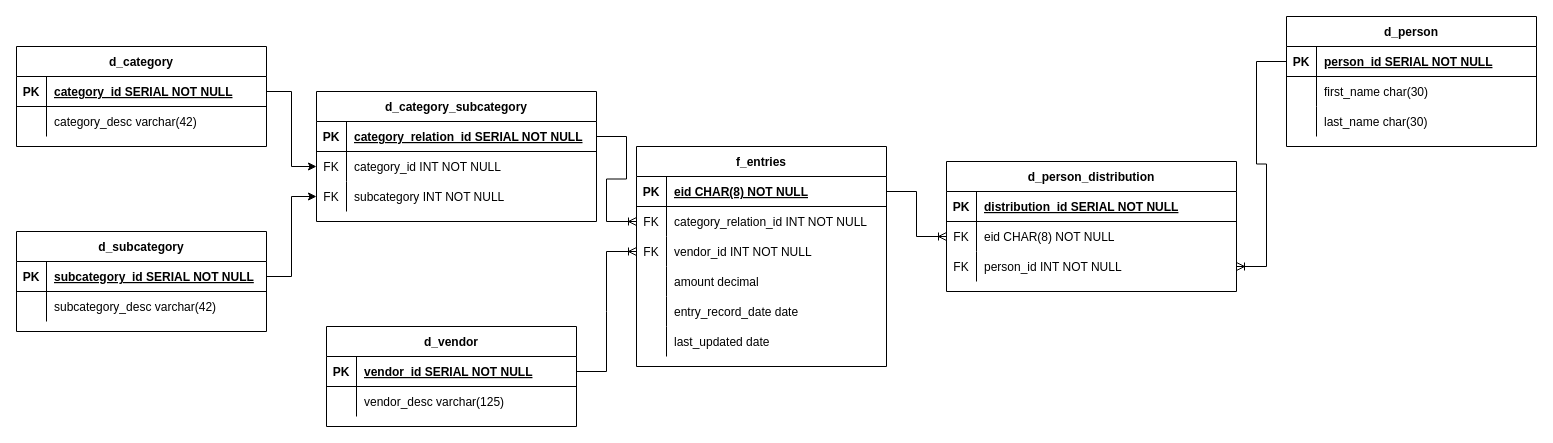
Earlier version of the draw.io diagram diagram/finance_star_schema.drawio (fatteryacid/penny). Source tidied: cells renumbered, new cells numbered last; positions are measured from the earlier drawing's top-left corner, leaving out a move shared by most shapes. Both pictures are drawn from the tidied source at 100%, with x=0, y=0 at pixel (16, 16).
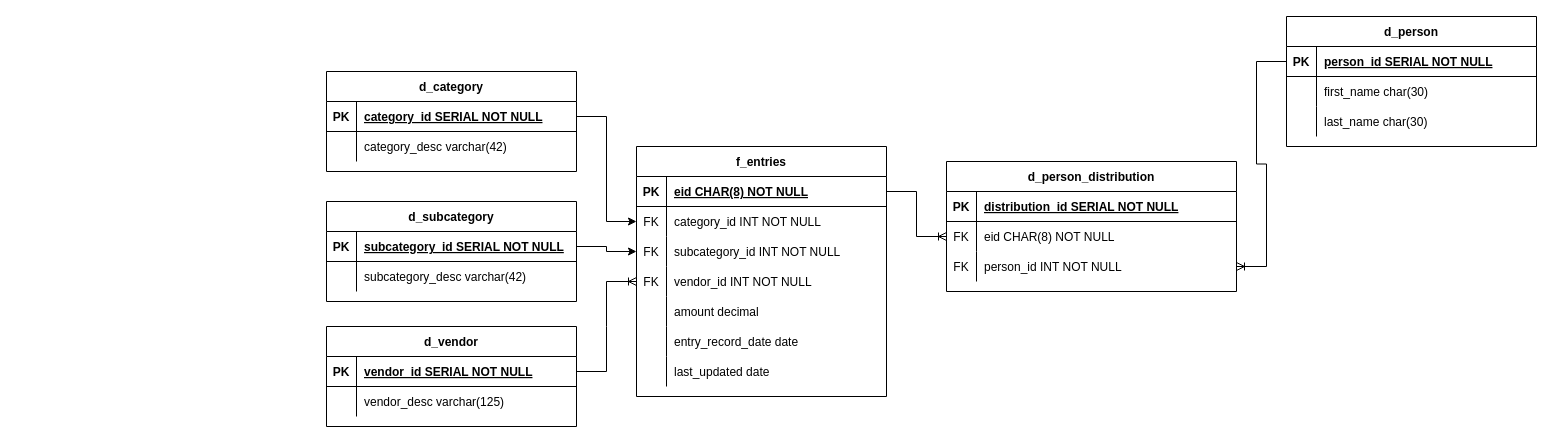
After the change.

Commit message:
Revised relationship between entries and category and subcategory

Unchanged cells that the change refers to:
```xml
<mxCell id="13" style="shape=partialRectangle;fillColor=none;points=[[0,0.5],[1,0.5]];portConstraint=eastwest;top=0;left=0;right=0;bottom=1;" parent="12" vertex="1">
  <mxGeometry y="30" width="250" height="30" as="geometry" />
</mxCell>
<mxCell id="23" style="shape=partialRectangle;fillColor=none;points=[[0,0.5],[1,0.5]];portConstraint=eastwest;top=0;left=0;right=0;bottom=0;" parent="19" vertex="1">
  <mxGeometry y="60" width="250" height="30" as="geometry" />
</mxCell>
<mxCell id="39" style="shape=partialRectangle;fillColor=none;points=[[0,0.5],[1,0.5]];portConstraint=eastwest;top=0;left=0;right=0;bottom=1;" parent="38" vertex="1">
  <mxGeometry y="30" width="250" height="30" as="geometry" />
</mxCell>
```

Diff of the diagram source:
```diff
@@
     <mxCell id="12" value="d_category" style="shape=table;startSize=30;childLayout=tableLayout;rowLines=0;fontStyle=1;align=center;" parent="1" vertex="1">
-      <mxGeometry y="30" width="250" height="100" as="geometry" />
+      <mxGeometry x="310" y="55" width="250" height="100" as="geometry" />
     </mxCell>
@@
     <mxCell id="19" value="f_entries" style="shape=table;startSize=30;childLayout=tableLayout;rowLines=0;fontStyle=1;align=center;" parent="1" vertex="1">
-      <mxGeometry x="620" y="130" width="250" height="220" as="geometry" />
+      <mxGeometry x="620" y="130" width="250" height="250" as="geometry" />
     </mxCell>
@@
-    <mxCell id="25" value="category_relation_id INT NOT NULL" style="shape=partialRectangle;overflow=hidden;fillColor=none;top=0;left=0;bottom=0;right=0;align=left;spacingLeft=6;" parent="23" vertex="1">
+    <mxCell id="25" value="category_id INT NOT NULL" style="shape=partialRectangle;overflow=hidden;fillColor=none;top=0;left=0;bottom=0;right=0;align=left;spacingLeft=6;" parent="23" vertex="1">
       <mxGeometry x="30" width="220" height="30" as="geometry" />
     </mxCell>
+    <mxCell id="78" style="shape=partialRectangle;fillColor=none;points=[[0,0.5],[1,0.5]];portConstraint=eastwest;top=0;left=0;right=0;bottom=0;" parent="19" vertex="1">
+      <mxGeometry y="90" width="250" height="30" as="geometry" />
+    </mxCell>
+    <mxCell id="79" value="FK" style="shape=partialRectangle;overflow=hidden;fillColor=none;top=0;left=0;bottom=0;right=0;" parent="78" vertex="1">
+      <mxGeometry width="30" height="30" as="geometry" />
+    </mxCell>
+    <mxCell id="80" value="subcategory_id INT NOT NULL" style="shape=partialRectangle;overflow=hidden;fillColor=none;top=0;left=0;bottom=0;right=0;align=left;spacingLeft=6;" parent="78" vertex="1">
+      <mxGeometry x="30" width="220" height="30" as="geometry" />
+    </mxCell>
     <mxCell id="26" style="shape=partialRectangle;fillColor=none;points=[[0,0.5],[1,0.5]];portConstraint=eastwest;top=0;left=0;right=0;bottom=0;" parent="19" vertex="1">
-      <mxGeometry y="90" width="250" height="30" as="geometry" />
+      <mxGeometry y="120" width="250" height="30" as="geometry" />
     </mxCell>
@@
     <mxCell id="29" style="shape=partialRectangle;fillColor=none;top=0;left=0;right=0;bottom=0;" parent="19" vertex="1">
-      <mxGeometry y="120" width="250" height="30" as="geometry" />
+      <mxGeometry y="150" width="250" height="30" as="geometry" />
     </mxCell>
@@
     <mxCell id="32" style="shape=partialRectangle;fillColor=none;top=0;left=0;right=0;bottom=0;" parent="19" vertex="1">
-      <mxGeometry y="150" width="250" height="30" as="geometry" />
+      <mxGeometry y="180" width="250" height="30" as="geometry" />
     </mxCell>
@@
     <mxCell id="35" style="shape=partialRectangle;fillColor=none;top=0;left=0;right=0;bottom=0;" parent="19" vertex="1">
-      <mxGeometry y="180" width="250" height="30" as="geometry" />
+      <mxGeometry y="210" width="250" height="30" as="geometry" />
     </mxCell>
@@
     <mxCell id="38" value="d_subcategory" style="shape=table;startSize=30;childLayout=tableLayout;rowLines=0;fontStyle=1;align=center;" parent="1" vertex="1">
-      <mxGeometry y="215" width="250" height="100" as="geometry" />
+      <mxGeometry x="310" y="185" width="250" height="100" as="geometry" />
     </mxCell>
@@
-    <mxCell id="64" value="d_category_subcategory" style="shape=table;startSize=30;childLayout=tableLayout;rowLines=0;fontStyle=1;align=center;" parent="1" vertex="1">
-      <mxGeometry x="300" y="75" width="280" height="130" as="geometry" />
-    </mxCell>
-    <mxCell id="65" style="shape=partialRectangle;fillColor=none;points=[[0,0.5],[1,0.5]];portConstraint=eastwest;top=0;left=0;right=0;bottom=1;" parent="64" vertex="1">
-      <mxGeometry y="30" width="280" height="30" as="geometry" />
-    </mxCell>
-    <mxCell id="66" value="PK" style="shape=partialRectangle;overflow=hidden;fillColor=none;top=0;left=0;bottom=0;right=0;fontStyle=1;" parent="65" vertex="1">
-      <mxGeometry width="30" height="30" as="geometry" />
-    </mxCell>
-    <mxCell id="67" value="category_relation_id SERIAL NOT NULL" style="shape=partialRectangle;overflow=hidden;fillColor=none;top=0;left=0;bottom=0;right=0;align=left;spacingLeft=6;fontStyle=5;" parent="65" vertex="1">
-      <mxGeometry x="30" width="250" height="30" as="geometry" />
-    </mxCell>
-    <mxCell id="68" style="shape=partialRectangle;fillColor=none;points=[[0,0.5],[1,0.5]];portConstraint=eastwest;top=0;left=0;right=0;bottom=0;" parent="64" vertex="1">
-      <mxGeometry y="60" width="280" height="30" as="geometry" />
-    </mxCell>
-    <mxCell id="69" value="FK" style="shape=partialRectangle;overflow=hidden;fillColor=none;top=0;left=0;bottom=0;right=0;" parent="68" vertex="1">
-      <mxGeometry width="30" height="30" as="geometry" />
-    </mxCell>
-    <mxCell id="70" value="category_id INT NOT NULL" style="shape=partialRectangle;overflow=hidden;fillColor=none;top=0;left=0;bottom=0;right=0;align=left;spacingLeft=6;" parent="68" vertex="1">
-      <mxGeometry x="30" width="250" height="30" as="geometry" />
-    </mxCell>
-    <mxCell id="71" style="shape=partialRectangle;fillColor=none;points=[[0,0.5],[1,0.5]];portConstraint=eastwest;top=0;left=0;right=0;bottom=0;" parent="64" vertex="1">
-      <mxGeometry y="90" width="280" height="30" as="geometry" />
-    </mxCell>
-    <mxCell id="72" value="FK" style="shape=partialRectangle;overflow=hidden;fillColor=none;top=0;left=0;bottom=0;right=0;" parent="71" vertex="1">
-      <mxGeometry width="30" height="30" as="geometry" />
-    </mxCell>
-    <mxCell id="73" value="subcategory INT NOT NULL" style="shape=partialRectangle;overflow=hidden;fillColor=none;top=0;left=0;bottom=0;right=0;align=left;spacingLeft=6;" parent="71" vertex="1">
-      <mxGeometry x="30" width="250" height="30" as="geometry" />
-    </mxCell>
-    <mxCell id="74" style="edgeStyle=entityRelationEdgeStyle;fontSize=12;html=1;endArrow=ERoneToMany;rounded=0;exitX=1;exitY=0.5;exitDx=0;exitDy=0;entryX=0;entryY=0.5;entryDx=0;entryDy=0;" parent="1" edge="1" source="65" target="23">
-      <mxGeometry relative="1" as="geometry" />
-    </mxCell>
-    <mxCell id="75" style="edgeStyle=orthogonalEdgeStyle;rounded=0;jettySize=auto;html=1;" parent="1" edge="1" source="13" target="68">
+    <mxCell id="75" style="edgeStyle=orthogonalEdgeStyle;rounded=0;jettySize=auto;html=1;entryX=0;entryY=0.5;entryDx=0;entryDy=0;" parent="1" edge="1" source="13" target="23">
       <mxGeometry relative="1" as="geometry" />
     </mxCell>
-    <mxCell id="76" style="edgeStyle=orthogonalEdgeStyle;rounded=0;jettySize=auto;html=1;entryX=0;entryY=0.5;entryDx=0;entryDy=0;" parent="1" edge="1" source="39" target="71">
+    <mxCell id="76" style="edgeStyle=orthogonalEdgeStyle;rounded=0;jettySize=auto;html=1;entryX=0;entryY=0.5;entryDx=0;entryDy=0;" parent="1" edge="1" source="39" target="78">
       <mxGeometry relative="1" as="geometry" />
     </mxCell>
```
